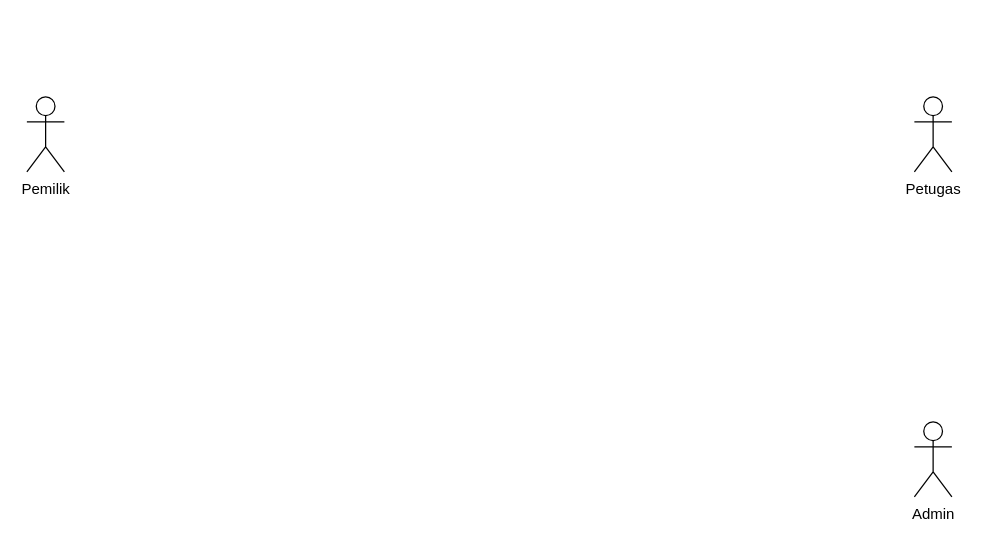
The draw.io diagram Untitled Diagram.drawio in floxydio/belajarhtml, before the edit. Source tidied: cells renumbered, new cells numbered last; positions are measured from the earlier drawing's top-left corner, leaving out a move shared by most shapes. Both pictures are drawn from the tidied source at 125%, with x=0, y=0 at pixel (26, 96).
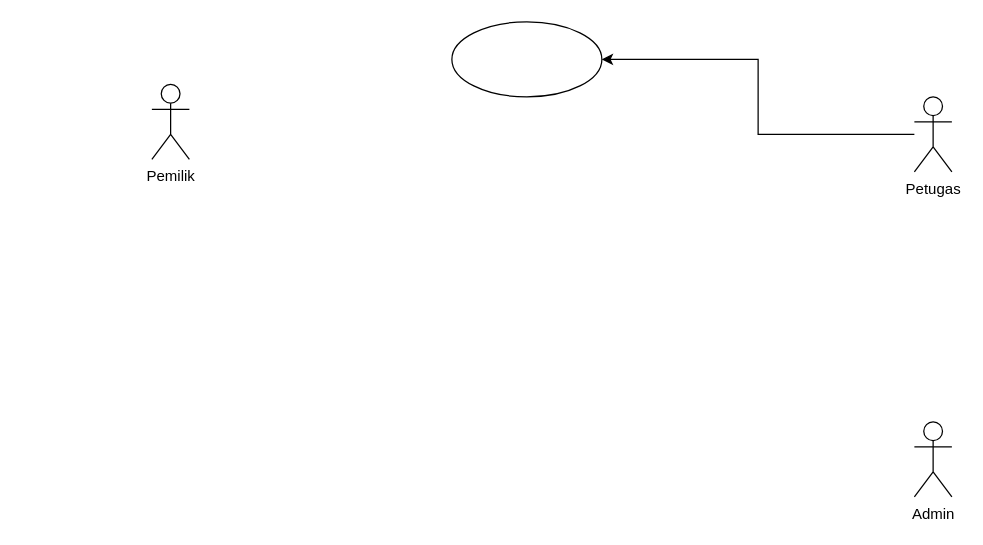
The same page after the edit.

What changed in the source:
```diff
@@
 <mxGraphModel>
   <root>
     <mxCell id="0" />
     <mxCell id="1" parent="0" />
     <mxCell id="2" value="Pemilik" style="shape=umlActor;verticalLabelPosition=bottom;verticalAlign=top;html=1;" parent="1" vertex="1">
-      <mxGeometry width="30" height="60" as="geometry" />
+      <mxGeometry x="100" y="-10" width="30" height="60" as="geometry" />
     </mxCell>
+    <mxCell id="5" style="edgeStyle=orthogonalEdgeStyle;rounded=0;jettySize=auto;html=1;" parent="1" edge="1" source="3" target="6">
+      <mxGeometry relative="1" as="geometry" />
+    </mxCell>
     <mxCell id="3" value="&lt;div&gt;Petugas&lt;/div&gt;&lt;div&gt;&lt;br&gt;&lt;/div&gt;" style="shape=umlActor;verticalLabelPosition=bottom;verticalAlign=top;html=1;outlineConnect=0;" parent="1" vertex="1">
       <mxGeometry x="710" width="30" height="60" as="geometry" />
     </mxCell>
     <mxCell id="4" value="Admin" style="shape=umlActor;verticalLabelPosition=bottom;verticalAlign=top;html=1;" parent="1" vertex="1">
       <mxGeometry x="710" y="260" width="30" height="60" as="geometry" />
     </mxCell>
+    <mxCell id="6" style="ellipse;whiteSpace=wrap;html=1;verticalAlign=top;" parent="1" vertex="1">
+      <mxGeometry x="340" y="-60" width="120" height="60" as="geometry" />
+    </mxCell>
   </root>
 </mxGraphModel>
```
